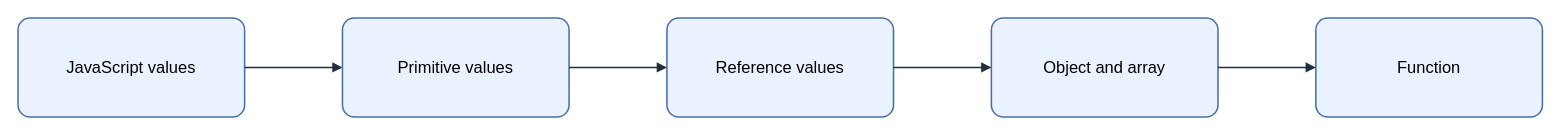
KKamJi98/kkamji98.github.io keeps this draw.io diagram as assets/img/javascript/javascript-data-type-model.drawio. Above is the earlier version. Source tidied: cells renumbered, new cells numbered last; positions are measured from the earlier drawing's top-left corner, leaving out a move shared by most shapes. Both pictures are drawn from the tidied source at 103%, with x=0, y=0 at pixel (18, 18).
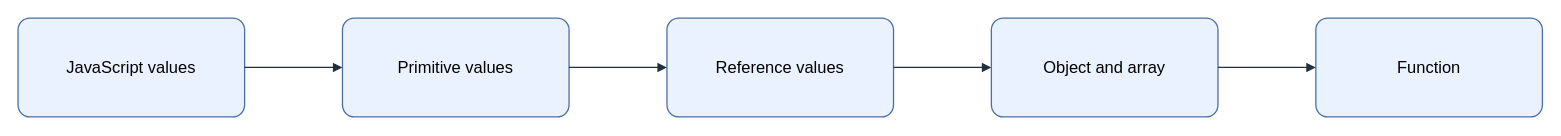
Above is the later version.

The edit, as a diff of the source:
```diff
@@
 <mxGraphModel background="#FFFFFF">
   <root>
     <mxCell id="0" />
     <mxCell id="1" parent="0" />
-    <mxCell id="2" value="&lt;font style=&quot;color: rgb(0, 0, 0);&quot;&gt;JavaScript values&lt;/font&gt;" style="rounded=1;arcSize=12;whiteSpace=wrap;html=1;fillColor=#EAF2FF;strokeColor=#4A6FA5;strokeWidth=1.5;fontColor=#000000;fontSize=16;align=center;verticalAlign=middle;spacing=8;shadow=0;" parent="1" vertex="1">
+    <mxCell id="2" value="JavaScript values" style="rounded=1;arcSize=12;whiteSpace=wrap;html=0;fillColor=#EAF2FF;strokeColor=#4A6FA5;strokeWidth=1.25;fontColor=#000000;fontSize=16;align=center;verticalAlign=middle;spacing=8;shadow=0;" parent="1" vertex="1">
       <mxGeometry width="220" height="96" as="geometry" />
     </mxCell>
-    <mxCell id="3" value="&lt;font style=&quot;color: rgb(0, 0, 0);&quot;&gt;Primitive values&lt;/font&gt;" style="rounded=1;arcSize=12;whiteSpace=wrap;html=1;fillColor=#EAF2FF;strokeColor=#4A6FA5;strokeWidth=1.5;fontColor=#000000;fontSize=16;align=center;verticalAlign=middle;spacing=8;shadow=0;" parent="1" vertex="1">
+    <mxCell id="3" value="Primitive values" style="rounded=1;arcSize=12;whiteSpace=wrap;html=0;fillColor=#EAF2FF;strokeColor=#4A6FA5;strokeWidth=1.25;fontColor=#000000;fontSize=16;align=center;verticalAlign=middle;spacing=8;shadow=0;" parent="1" vertex="1">
       <mxGeometry x="315" width="220" height="96" as="geometry" />
     </mxCell>
-    <mxCell id="4" value="&lt;font style=&quot;color: rgb(0, 0, 0);&quot;&gt;Reference values&lt;/font&gt;" style="rounded=1;arcSize=12;whiteSpace=wrap;html=1;fillColor=#EAF2FF;strokeColor=#4A6FA5;strokeWidth=1.5;fontColor=#000000;fontSize=16;align=center;verticalAlign=middle;spacing=8;shadow=0;" parent="1" vertex="1">
+    <mxCell id="4" value="Reference values" style="rounded=1;arcSize=12;whiteSpace=wrap;html=0;fillColor=#EAF2FF;strokeColor=#4A6FA5;strokeWidth=1.25;fontColor=#000000;fontSize=16;align=center;verticalAlign=middle;spacing=8;shadow=0;" parent="1" vertex="1">
       <mxGeometry x="630" width="220" height="96" as="geometry" />
     </mxCell>
-    <mxCell id="5" value="&lt;font style=&quot;color: rgb(0, 0, 0);&quot;&gt;Object and array&lt;/font&gt;" style="rounded=1;arcSize=12;whiteSpace=wrap;html=1;fillColor=#EAF2FF;strokeColor=#4A6FA5;strokeWidth=1.5;fontColor=#000000;fontSize=16;align=center;verticalAlign=middle;spacing=8;shadow=0;" parent="1" vertex="1">
+    <mxCell id="5" value="Object and array" style="rounded=1;arcSize=12;whiteSpace=wrap;html=0;fillColor=#EAF2FF;strokeColor=#4A6FA5;strokeWidth=1.25;fontColor=#000000;fontSize=16;align=center;verticalAlign=middle;spacing=8;shadow=0;" parent="1" vertex="1">
       <mxGeometry x="945" width="220" height="96" as="geometry" />
     </mxCell>
-    <mxCell id="6" value="&lt;font style=&quot;color: rgb(0, 0, 0);&quot;&gt;Function&lt;/font&gt;" style="rounded=1;arcSize=12;whiteSpace=wrap;html=1;fillColor=#EAF2FF;strokeColor=#4A6FA5;strokeWidth=1.5;fontColor=#000000;fontSize=16;align=center;verticalAlign=middle;spacing=8;shadow=0;" parent="1" vertex="1">
+    <mxCell id="6" value="Function" style="rounded=1;arcSize=12;whiteSpace=wrap;html=0;fillColor=#EAF2FF;strokeColor=#4A6FA5;strokeWidth=1.25;fontColor=#000000;fontSize=16;align=center;verticalAlign=middle;spacing=8;shadow=0;" parent="1" vertex="1">
       <mxGeometry x="1260" width="220" height="96" as="geometry" />
     </mxCell>
-    <mxCell id="7" style="edgeStyle=orthogonalEdgeStyle;rounded=0;jettySize=auto;html=1;endArrow=block;endFill=1;strokeColor=#232F3E;strokeWidth=1.5;fontColor=#000000;labelBackgroundColor=none;exitX=1;exitY=0.5;exitDx=0;exitDy=0;entryX=0;entryY=0.5;entryDx=0;entryDy=0;" parent="1" edge="1" source="2" target="3">
+    <mxCell id="7" style="edgeStyle=orthogonalEdgeStyle;rounded=0;jettySize=auto;html=0;endArrow=block;endFill=1;strokeColor=#232F3E;strokeWidth=1.25;fontColor=#000000;labelBackgroundColor=none;exitX=1;exitY=0.5;exitDx=0;exitDy=0;entryX=0;entryY=0.5;entryDx=0;entryDy=0;" parent="1" edge="1" source="2" target="3">
       <mxGeometry relative="1" as="geometry" />
     </mxCell>
-    <mxCell id="8" style="edgeStyle=orthogonalEdgeStyle;rounded=0;jettySize=auto;html=1;endArrow=block;endFill=1;strokeColor=#232F3E;strokeWidth=1.5;fontColor=#000000;labelBackgroundColor=none;exitX=1;exitY=0.5;exitDx=0;exitDy=0;entryX=0;entryY=0.5;entryDx=0;entryDy=0;" parent="1" edge="1" source="3" target="4">
+    <mxCell id="8" style="edgeStyle=orthogonalEdgeStyle;rounded=0;jettySize=auto;html=0;endArrow=block;endFill=1;strokeColor=#232F3E;strokeWidth=1.25;fontColor=#000000;labelBackgroundColor=none;exitX=1;exitY=0.5;exitDx=0;exitDy=0;entryX=0;entryY=0.5;entryDx=0;entryDy=0;" parent="1" edge="1" source="3" target="4">
       <mxGeometry relative="1" as="geometry" />
     </mxCell>
-    <mxCell id="9" style="edgeStyle=orthogonalEdgeStyle;rounded=0;jettySize=auto;html=1;endArrow=block;endFill=1;strokeColor=#232F3E;strokeWidth=1.5;fontColor=#000000;labelBackgroundColor=none;exitX=1;exitY=0.5;exitDx=0;exitDy=0;entryX=0;entryY=0.5;entryDx=0;entryDy=0;" parent="1" edge="1" source="4" target="5">
+    <mxCell id="9" style="edgeStyle=orthogonalEdgeStyle;rounded=0;jettySize=auto;html=0;endArrow=block;endFill=1;strokeColor=#232F3E;strokeWidth=1.25;fontColor=#000000;labelBackgroundColor=none;exitX=1;exitY=0.5;exitDx=0;exitDy=0;entryX=0;entryY=0.5;entryDx=0;entryDy=0;" parent="1" edge="1" source="4" target="5">
       <mxGeometry relative="1" as="geometry" />
     </mxCell>
-    <mxCell id="10" style="edgeStyle=orthogonalEdgeStyle;rounded=0;jettySize=auto;html=1;endArrow=block;endFill=1;strokeColor=#232F3E;strokeWidth=1.5;fontColor=#000000;labelBackgroundColor=none;exitX=1;exitY=0.5;exitDx=0;exitDy=0;entryX=0;entryY=0.5;entryDx=0;entryDy=0;" parent="1" edge="1" source="5" target="6">
+    <mxCell id="10" style="edgeStyle=orthogonalEdgeStyle;rounded=0;jettySize=auto;html=0;endArrow=block;endFill=1;strokeColor=#232F3E;strokeWidth=1.25;fontColor=#000000;labelBackgroundColor=none;exitX=1;exitY=0.5;exitDx=0;exitDy=0;entryX=0;entryY=0.5;entryDx=0;entryDy=0;" parent="1" edge="1" source="5" target="6">
       <mxGeometry relative="1" as="geometry" />
     </mxCell>
   </root>
 </mxGraphModel>
```
